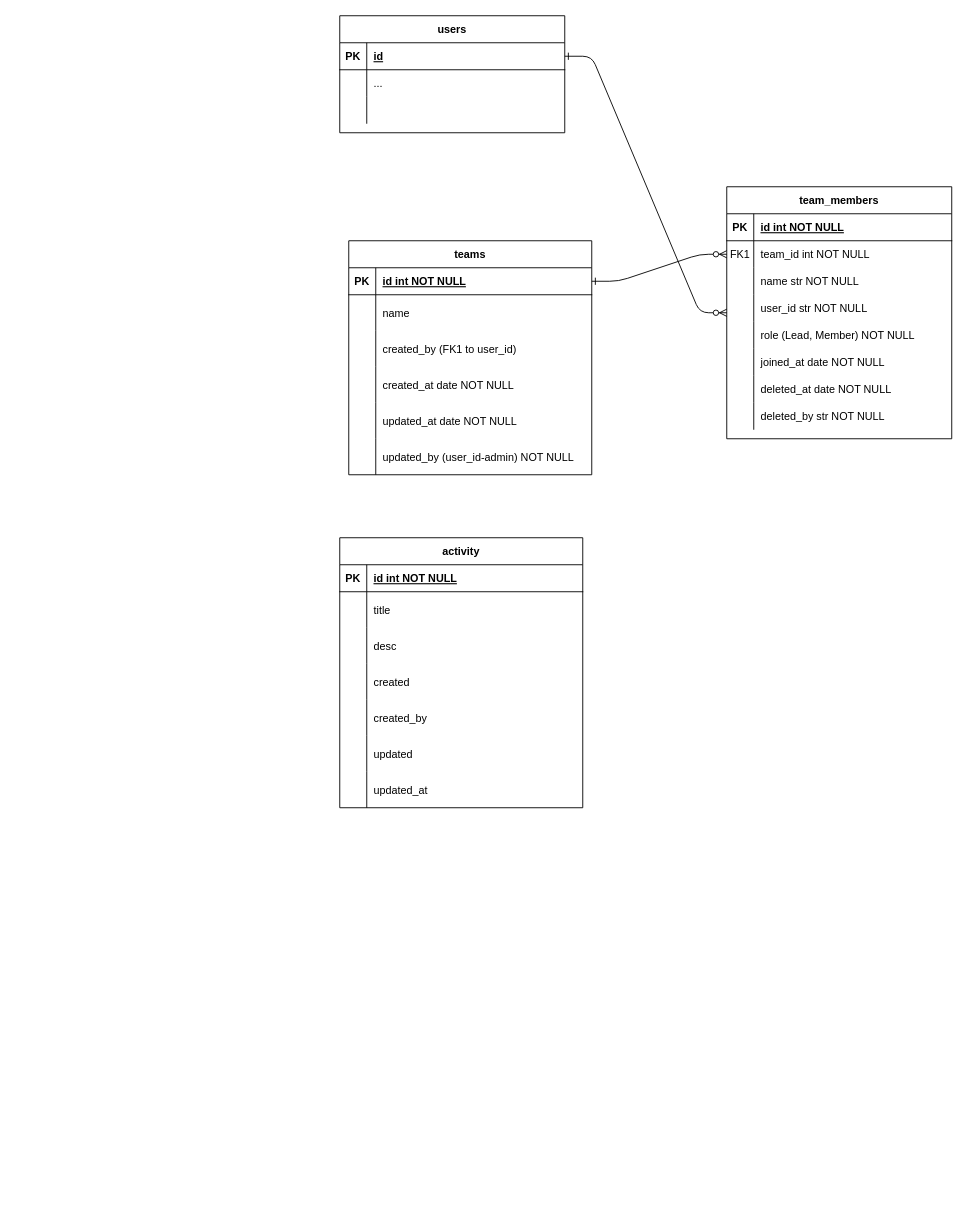
This is teams.drawio from mhs123m/coderhub-teams, a draw.io file, before an edit. Source tidied: cells renumbered, new cells numbered last; positions are measured from the earlier drawing's top-left corner, leaving out a move shared by most shapes. Both pictures are drawn from the tidied source at 90%, with x=0, y=0 at pixel (339, 15).
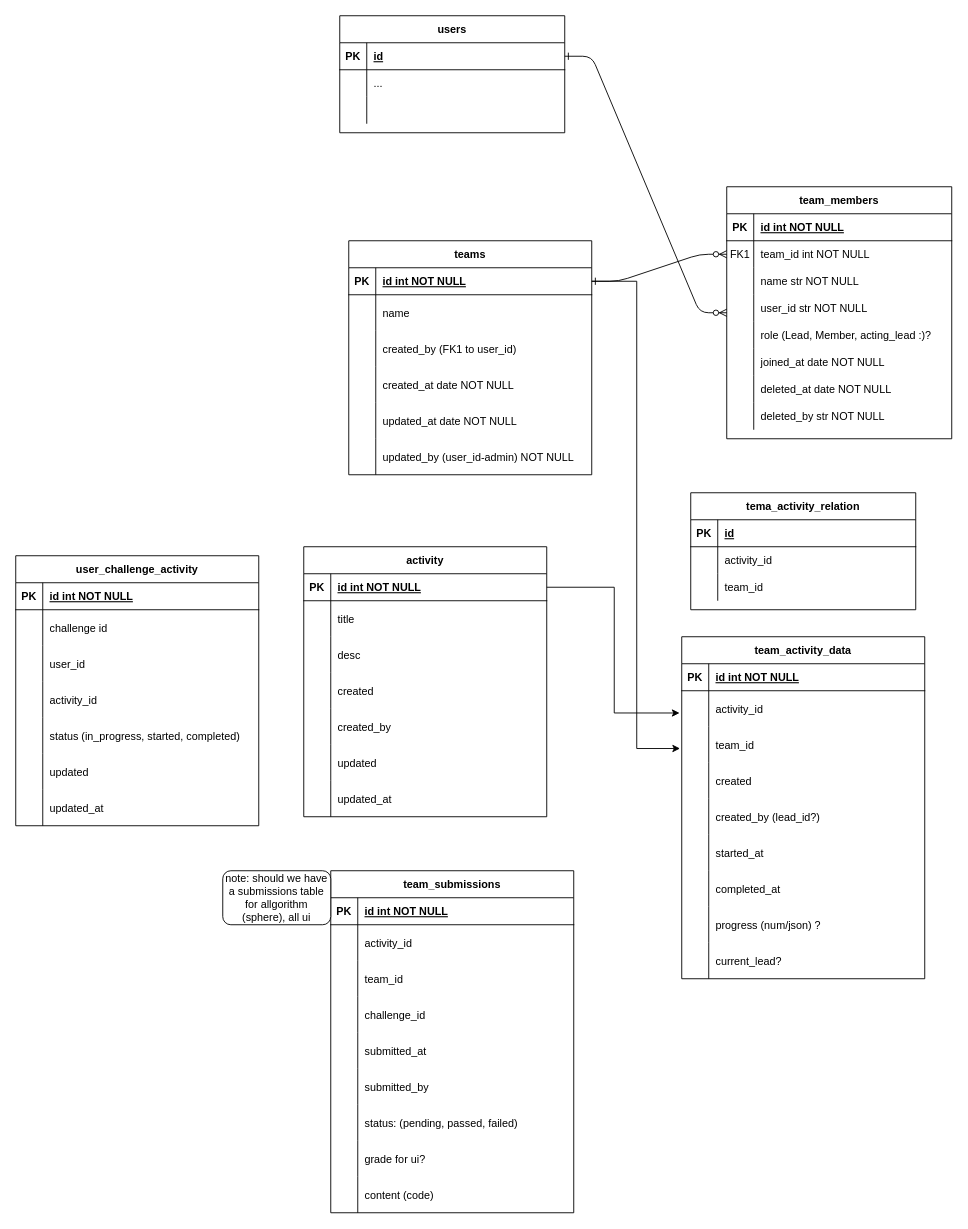
After the change.

Unchanged cells that the change refers to:
```xml
<mxCell id="16" style="shape=partialRectangle;fillColor=none;top=0;left=0;right=0;bottom=0;" parent="3" vertex="1">
  <mxGeometry y="150" width="250" height="30" as="geometry" />
</mxCell>
<mxCell id="39" style="shape=partialRectangle;fillColor=none;points=[[0,0.5],[1,0.5]];portConstraint=eastwest;top=0;left=0;right=0;bottom=1;" parent="38" vertex="1">
  <mxGeometry y="30" width="270" height="30" as="geometry" />
</mxCell>
<mxCell id="59" style="shape=partialRectangle;fillColor=none;points=[[0,0.5],[1,0.5]];portConstraint=eastwest;top=0;left=0;right=0;bottom=1;" parent="58" vertex="1">
  <mxGeometry y="30" width="270" height="30" as="geometry" />
</mxCell>
```

The edit, as a diff of the source:
```diff
@@
-    <mxCell id="18" value="role (Lead, Member) NOT NULL" style="shape=partialRectangle;overflow=hidden;fillColor=none;top=0;left=0;bottom=0;right=0;align=left;spacingLeft=6;" parent="16" vertex="1">
+    <mxCell id="18" value="role (Lead, Member, acting_lead :)?" style="shape=partialRectangle;overflow=hidden;fillColor=none;top=0;left=0;bottom=0;right=0;align=left;spacingLeft=6;" parent="16" vertex="1">
       <mxGeometry x="30" width="220" height="30" as="geometry" />
     </mxCell>
@@
     <mxCell id="58" value="activity" style="shape=table;startSize=30;childLayout=tableLayout;rowLines=0;fontStyle=1;align=center;" parent="1" vertex="1">
-      <mxGeometry y="580" width="270" height="300" as="geometry" />
+      <mxGeometry x="-40" y="590" width="270" height="300" as="geometry" />
     </mxCell>
@@
+    <mxCell id="80" value="team_activity_data" style="shape=table;startSize=30;childLayout=tableLayout;rowLines=0;fontStyle=1;align=center;" parent="1" vertex="1">
+      <mxGeometry x="380" y="690" width="270" height="380" as="geometry" />
+    </mxCell>
+    <mxCell id="81" style="shape=partialRectangle;fillColor=none;top=0;left=0;right=0;bottom=1;" parent="80" vertex="1">
+      <mxGeometry y="30" width="270" height="30" as="geometry" />
+    </mxCell>
+    <mxCell id="82" value="PK" style="shape=partialRectangle;overflow=hidden;fillColor=none;top=0;left=0;bottom=0;right=0;fontStyle=1;" parent="81" vertex="1">
+      <mxGeometry width="30" height="30" as="geometry" />
+    </mxCell>
+    <mxCell id="83" value="id int NOT NULL " style="shape=partialRectangle;overflow=hidden;fillColor=none;top=0;left=0;bottom=0;right=0;align=left;spacingLeft=6;fontStyle=5;" parent="81" vertex="1">
+      <mxGeometry x="30" width="240" height="30" as="geometry" />
+    </mxCell>
+    <mxCell id="84" style="shape=partialRectangle;fillColor=none;points=[[0,0.5],[1,0.5]];portConstraint=eastwest;top=0;left=0;right=0;bottom=0;" parent="80" vertex="1">
+      <mxGeometry y="60" width="270" height="40" as="geometry" />
+    </mxCell>
+    <mxCell id="85" style="shape=partialRectangle;overflow=hidden;fillColor=none;top=0;left=0;bottom=0;right=0;" parent="84" vertex="1">
+      <mxGeometry width="30" height="40" as="geometry" />
+    </mxCell>
+    <mxCell id="86" value="activity_id" style="shape=partialRectangle;overflow=hidden;fillColor=none;top=0;left=0;bottom=0;right=0;align=left;spacingLeft=6;" parent="84" vertex="1">
+      <mxGeometry x="30" width="240" height="40" as="geometry" />
+    </mxCell>
+    <mxCell id="87" style="shape=partialRectangle;fillColor=none;points=[[0,0.5],[1,0.5]];portConstraint=eastwest;top=0;left=0;right=0;bottom=0;" parent="80" vertex="1">
+      <mxGeometry y="100" width="270" height="40" as="geometry" />
+    </mxCell>
+    <mxCell id="88" style="shape=partialRectangle;overflow=hidden;fillColor=none;top=0;left=0;bottom=0;right=0;" parent="87" vertex="1">
+      <mxGeometry width="30" height="40" as="geometry" />
+    </mxCell>
+    <mxCell id="89" value="team_id" style="shape=partialRectangle;overflow=hidden;fillColor=none;top=0;left=0;bottom=0;right=0;align=left;spacingLeft=6;" parent="87" vertex="1">
+      <mxGeometry x="30" width="240" height="40" as="geometry" />
+    </mxCell>
+    <mxCell id="90" style="shape=partialRectangle;fillColor=none;top=0;left=0;right=0;bottom=0;" parent="80" vertex="1">
+      <mxGeometry y="140" width="270" height="40" as="geometry" />
+    </mxCell>
+    <mxCell id="91" style="shape=partialRectangle;overflow=hidden;fillColor=none;top=0;left=0;bottom=0;right=0;" parent="90" vertex="1">
+      <mxGeometry width="30" height="40" as="geometry" />
+    </mxCell>
+    <mxCell id="92" value="created" style="shape=partialRectangle;overflow=hidden;fillColor=none;top=0;left=0;bottom=0;right=0;align=left;spacingLeft=6;" parent="90" vertex="1">
+      <mxGeometry x="30" width="240" height="40" as="geometry" />
+    </mxCell>
+    <mxCell id="93" style="shape=partialRectangle;fillColor=none;top=0;left=0;right=0;bottom=0;" parent="80" vertex="1">
+      <mxGeometry y="180" width="270" height="40" as="geometry" />
+    </mxCell>
+    <mxCell id="94" style="shape=partialRectangle;overflow=hidden;fillColor=none;top=0;left=0;bottom=0;right=0;" parent="93" vertex="1">
+      <mxGeometry width="30" height="40" as="geometry" />
+    </mxCell>
+    <mxCell id="95" value="created_by (lead_id?)" style="shape=partialRectangle;overflow=hidden;fillColor=none;top=0;left=0;bottom=0;right=0;align=left;spacingLeft=6;" parent="93" vertex="1">
+      <mxGeometry x="30" width="240" height="40" as="geometry" />
+    </mxCell>
+    <mxCell id="96" style="shape=partialRectangle;fillColor=none;top=0;left=0;right=0;bottom=0;" parent="80" vertex="1">
+      <mxGeometry y="220" width="270" height="40" as="geometry" />
+    </mxCell>
+    <mxCell id="97" value="            " style="shape=partialRectangle;overflow=hidden;fillColor=none;top=0;left=0;bottom=0;right=0;" parent="96" vertex="1">
+      <mxGeometry width="30" height="40" as="geometry" />
+    </mxCell>
+    <mxCell id="98" value="started_at" style="shape=partialRectangle;overflow=hidden;fillColor=none;top=0;left=0;bottom=0;right=0;align=left;spacingLeft=6;" parent="96" vertex="1">
+      <mxGeometry x="30" width="240" height="40" as="geometry" />
+    </mxCell>
+    <mxCell id="99" style="shape=partialRectangle;fillColor=none;top=0;left=0;right=0;bottom=0;" parent="80" vertex="1">
+      <mxGeometry y="260" width="270" height="40" as="geometry" />
+    </mxCell>
+    <mxCell id="100" value="            " style="shape=partialRectangle;overflow=hidden;fillColor=none;top=0;left=0;bottom=0;right=0;" parent="99" vertex="1">
+      <mxGeometry width="30" height="40" as="geometry" />
+    </mxCell>
+    <mxCell id="101" value="completed_at" style="shape=partialRectangle;overflow=hidden;fillColor=none;top=0;left=0;bottom=0;right=0;align=left;spacingLeft=6;" parent="99" vertex="1">
+      <mxGeometry x="30" width="240" height="40" as="geometry" />
+    </mxCell>
+    <mxCell id="102" style="shape=partialRectangle;fillColor=none;top=0;left=0;right=0;bottom=0;" parent="80" vertex="1">
+      <mxGeometry y="300" width="270" height="40" as="geometry" />
+    </mxCell>
+    <mxCell id="103" value="            " style="shape=partialRectangle;overflow=hidden;fillColor=none;top=0;left=0;bottom=0;right=0;" parent="102" vertex="1">
+      <mxGeometry width="30" height="40" as="geometry" />
+    </mxCell>
+    <mxCell id="104" value="progress (num/json) ?" style="shape=partialRectangle;overflow=hidden;fillColor=none;top=0;left=0;bottom=0;right=0;align=left;spacingLeft=6;" parent="102" vertex="1">
+      <mxGeometry x="30" width="240" height="40" as="geometry" />
+    </mxCell>
+    <mxCell id="105" style="shape=partialRectangle;fillColor=none;top=0;left=0;right=0;bottom=0;" parent="80" vertex="1">
+      <mxGeometry y="340" width="270" height="40" as="geometry" />
+    </mxCell>
+    <mxCell id="106" value="            " style="shape=partialRectangle;overflow=hidden;fillColor=none;top=0;left=0;bottom=0;right=0;" parent="105" vertex="1">
+      <mxGeometry width="30" height="40" as="geometry" />
+    </mxCell>
+    <mxCell id="107" value="current_lead?" style="shape=partialRectangle;overflow=hidden;fillColor=none;top=0;left=0;bottom=0;right=0;align=left;spacingLeft=6;" parent="105" vertex="1">
+      <mxGeometry x="30" width="240" height="40" as="geometry" />
+    </mxCell>
+    <mxCell id="108" style="edgeStyle=orthogonalEdgeStyle;rounded=0;jettySize=auto;html=1;entryX=-0.009;entryY=0.618;entryDx=0;entryDy=0;entryPerimeter=0;" parent="1" edge="1" source="59" target="84">
+      <mxGeometry relative="1" as="geometry" />
+    </mxCell>
+    <mxCell id="109" style="edgeStyle=orthogonalEdgeStyle;rounded=0;jettySize=auto;html=1;entryX=-0.007;entryY=0.604;entryDx=0;entryDy=0;entryPerimeter=0;" parent="1" edge="1" source="39" target="87">
+      <mxGeometry relative="1" as="geometry" />
+    </mxCell>
+    <mxCell id="110" value="team_submissions" style="shape=table;startSize=30;childLayout=tableLayout;rowLines=0;fontStyle=1;align=center;" parent="1" vertex="1">
+      <mxGeometry x="-10" y="950" width="270" height="380" as="geometry" />
+    </mxCell>
+    <mxCell id="111" style="shape=partialRectangle;fillColor=none;top=0;left=0;right=0;bottom=1;" parent="110" vertex="1">
+      <mxGeometry y="30" width="270" height="30" as="geometry" />
+    </mxCell>
+    <mxCell id="112" value="PK" style="shape=partialRectangle;overflow=hidden;fillColor=none;top=0;left=0;bottom=0;right=0;fontStyle=1;" parent="111" vertex="1">
+      <mxGeometry width="30" height="30" as="geometry" />
+    </mxCell>
+    <mxCell id="113" value="id int NOT NULL " style="shape=partialRectangle;overflow=hidden;fillColor=none;top=0;left=0;bottom=0;right=0;align=left;spacingLeft=6;fontStyle=5;" parent="111" vertex="1">
+      <mxGeometry x="30" width="240" height="30" as="geometry" />
+    </mxCell>
+    <mxCell id="114" style="shape=partialRectangle;fillColor=none;top=0;left=0;right=0;bottom=0;" parent="110" vertex="1">
+      <mxGeometry y="60" width="270" height="40" as="geometry" />
+    </mxCell>
+    <mxCell id="115" style="shape=partialRectangle;overflow=hidden;fillColor=none;top=0;left=0;bottom=0;right=0;" parent="114" vertex="1">
+      <mxGeometry width="30" height="40" as="geometry" />
+    </mxCell>
+    <mxCell id="116" value="activity_id" style="shape=partialRectangle;overflow=hidden;fillColor=none;top=0;left=0;bottom=0;right=0;align=left;spacingLeft=6;" parent="114" vertex="1">
+      <mxGeometry x="30" width="240" height="40" as="geometry" />
+    </mxCell>
+    <mxCell id="117" style="shape=partialRectangle;fillColor=none;top=0;left=0;right=0;bottom=0;" parent="110" vertex="1">
+      <mxGeometry y="100" width="270" height="40" as="geometry" />
+    </mxCell>
+    <mxCell id="118" style="shape=partialRectangle;overflow=hidden;fillColor=none;top=0;left=0;bottom=0;right=0;" parent="117" vertex="1">
+      <mxGeometry width="30" height="40" as="geometry" />
+    </mxCell>
+    <mxCell id="119" value="team_id" style="shape=partialRectangle;overflow=hidden;fillColor=none;top=0;left=0;bottom=0;right=0;align=left;spacingLeft=6;" parent="117" vertex="1">
+      <mxGeometry x="30" width="240" height="40" as="geometry" />
+    </mxCell>
+    <mxCell id="120" style="shape=partialRectangle;fillColor=none;top=0;left=0;right=0;bottom=0;" parent="110" vertex="1">
+      <mxGeometry y="140" width="270" height="40" as="geometry" />
+    </mxCell>
+    <mxCell id="121" style="shape=partialRectangle;overflow=hidden;fillColor=none;top=0;left=0;bottom=0;right=0;" parent="120" vertex="1">
+      <mxGeometry width="30" height="40" as="geometry" />
+    </mxCell>
+    <mxCell id="122" value="challenge_id" style="shape=partialRectangle;overflow=hidden;fillColor=none;top=0;left=0;bottom=0;right=0;align=left;spacingLeft=6;" parent="120" vertex="1">
+      <mxGeometry x="30" width="240" height="40" as="geometry" />
+    </mxCell>
+    <mxCell id="123" style="shape=partialRectangle;fillColor=none;top=0;left=0;right=0;bottom=0;" parent="110" vertex="1">
+      <mxGeometry y="180" width="270" height="40" as="geometry" />
+    </mxCell>
+    <mxCell id="124" style="shape=partialRectangle;overflow=hidden;fillColor=none;top=0;left=0;bottom=0;right=0;" parent="123" vertex="1">
+      <mxGeometry width="30" height="40" as="geometry" />
+    </mxCell>
+    <mxCell id="125" value="submitted_at" style="shape=partialRectangle;overflow=hidden;fillColor=none;top=0;left=0;bottom=0;right=0;align=left;spacingLeft=6;" parent="123" vertex="1">
+      <mxGeometry x="30" width="240" height="40" as="geometry" />
+    </mxCell>
+    <mxCell id="126" style="shape=partialRectangle;fillColor=none;top=0;left=0;right=0;bottom=0;" parent="110" vertex="1">
+      <mxGeometry y="220" width="270" height="40" as="geometry" />
+    </mxCell>
+    <mxCell id="127" value="            " style="shape=partialRectangle;overflow=hidden;fillColor=none;top=0;left=0;bottom=0;right=0;" parent="126" vertex="1">
+      <mxGeometry width="30" height="40" as="geometry" />
+    </mxCell>
+    <mxCell id="128" value="submitted_by" style="shape=partialRectangle;overflow=hidden;fillColor=none;top=0;left=0;bottom=0;right=0;align=left;spacingLeft=6;" parent="126" vertex="1">
+      <mxGeometry x="30" width="240" height="40" as="geometry" />
+    </mxCell>
+    <mxCell id="129" style="shape=partialRectangle;fillColor=none;top=0;left=0;right=0;bottom=0;" parent="110" vertex="1">
+      <mxGeometry y="260" width="270" height="40" as="geometry" />
+    </mxCell>
+    <mxCell id="130" value="            " style="shape=partialRectangle;overflow=hidden;fillColor=none;top=0;left=0;bottom=0;right=0;" parent="129" vertex="1">
+      <mxGeometry width="30" height="40" as="geometry" />
+    </mxCell>
+    <mxCell id="131" value="status: (pending, passed, failed)" style="shape=partialRectangle;overflow=hidden;fillColor=none;top=0;left=0;bottom=0;right=0;align=left;spacingLeft=6;" parent="129" vertex="1">
+      <mxGeometry x="30" width="240" height="40" as="geometry" />
+    </mxCell>
+    <mxCell id="132" style="shape=partialRectangle;fillColor=none;top=0;left=0;right=0;bottom=0;" parent="110" vertex="1">
+      <mxGeometry y="300" width="270" height="40" as="geometry" />
+    </mxCell>
+    <mxCell id="133" value="            " style="shape=partialRectangle;overflow=hidden;fillColor=none;top=0;left=0;bottom=0;right=0;" parent="132" vertex="1">
+      <mxGeometry width="30" height="40" as="geometry" />
+    </mxCell>
+    <mxCell id="134" value="grade for ui?" style="shape=partialRectangle;overflow=hidden;fillColor=none;top=0;left=0;bottom=0;right=0;align=left;spacingLeft=6;" parent="132" vertex="1">
+      <mxGeometry x="30" width="240" height="40" as="geometry" />
+    </mxCell>
+    <mxCell id="135" style="shape=partialRectangle;fillColor=none;top=0;left=0;right=0;bottom=0;" parent="110" vertex="1">
+      <mxGeometry y="340" width="270" height="40" as="geometry" />
+    </mxCell>
+    <mxCell id="136" value="            " style="shape=partialRectangle;overflow=hidden;fillColor=none;top=0;left=0;bottom=0;right=0;" parent="135" vertex="1">
+      <mxGeometry width="30" height="40" as="geometry" />
+    </mxCell>
+    <mxCell id="137" value="content (code)" style="shape=partialRectangle;overflow=hidden;fillColor=none;top=0;left=0;bottom=0;right=0;align=left;spacingLeft=6;" parent="135" vertex="1">
+      <mxGeometry x="30" width="240" height="40" as="geometry" />
+    </mxCell>
+    <mxCell id="138" value="note: should we have a submissions table for allgorithm (sphere), all ui" style="rounded=1;whiteSpace=wrap;html=1;" parent="1" vertex="1">
+      <mxGeometry x="-130" y="950" width="120" height="60" as="geometry" />
+    </mxCell>
+    <mxCell id="139" value="tema_activity_relation" style="shape=table;startSize=30;childLayout=tableLayout;rowLines=0;fontStyle=1;align=center;" parent="1" vertex="1">
+      <mxGeometry x="390" y="530" width="250" height="130" as="geometry" />
+    </mxCell>
+    <mxCell id="140" style="shape=partialRectangle;fillColor=none;top=0;left=0;right=0;bottom=1;" parent="139" vertex="1">
+      <mxGeometry y="30" width="250" height="30" as="geometry" />
+    </mxCell>
+    <mxCell id="141" value="PK" style="shape=partialRectangle;overflow=hidden;fillColor=none;top=0;left=0;bottom=0;right=0;fontStyle=1;" parent="140" vertex="1">
+      <mxGeometry width="30" height="30" as="geometry" />
+    </mxCell>
+    <mxCell id="142" value="id" style="shape=partialRectangle;overflow=hidden;fillColor=none;top=0;left=0;bottom=0;right=0;align=left;spacingLeft=6;fontStyle=5;" parent="140" vertex="1">
+      <mxGeometry x="30" width="220" height="30" as="geometry" />
+    </mxCell>
+    <mxCell id="143" style="shape=partialRectangle;fillColor=none;top=0;left=0;right=0;bottom=0;" parent="139" vertex="1">
+      <mxGeometry y="60" width="250" height="30" as="geometry" />
+    </mxCell>
+    <mxCell id="144" style="shape=partialRectangle;overflow=hidden;fillColor=none;top=0;left=0;bottom=0;right=0;" parent="143" vertex="1">
+      <mxGeometry width="30" height="30" as="geometry" />
+    </mxCell>
+    <mxCell id="145" value="activity_id" style="shape=partialRectangle;overflow=hidden;fillColor=none;top=0;left=0;bottom=0;right=0;align=left;spacingLeft=6;" parent="143" vertex="1">
+      <mxGeometry x="30" width="220" height="30" as="geometry" />
+    </mxCell>
+    <mxCell id="146" style="shape=partialRectangle;fillColor=none;top=0;left=0;right=0;bottom=0;" parent="139" vertex="1">
+      <mxGeometry y="90" width="250" height="30" as="geometry" />
+    </mxCell>
+    <mxCell id="147" style="shape=partialRectangle;overflow=hidden;fillColor=none;top=0;left=0;bottom=0;right=0;" parent="146" vertex="1">
+      <mxGeometry width="30" height="30" as="geometry" />
+    </mxCell>
+    <mxCell id="148" value="team_id" style="shape=partialRectangle;overflow=hidden;fillColor=none;top=0;left=0;bottom=0;right=0;align=left;spacingLeft=6;" parent="146" vertex="1">
+      <mxGeometry x="30" width="220" height="30" as="geometry" />
+    </mxCell>
+    <mxCell id="149" value="user_challenge_activity" style="shape=table;startSize=30;childLayout=tableLayout;rowLines=0;fontStyle=1;align=center;" parent="1" vertex="1">
+      <mxGeometry x="-360" y="600" width="270" height="300" as="geometry" />
+    </mxCell>
+    <mxCell id="150" style="shape=partialRectangle;fillColor=none;top=0;left=0;right=0;bottom=1;" parent="149" vertex="1">
+      <mxGeometry y="30" width="270" height="30" as="geometry" />
+    </mxCell>
+    <mxCell id="151" value="PK" style="shape=partialRectangle;overflow=hidden;fillColor=none;top=0;left=0;bottom=0;right=0;fontStyle=1;" parent="150" vertex="1">
+      <mxGeometry width="30" height="30" as="geometry" />
+    </mxCell>
+    <mxCell id="152" value="id int NOT NULL " style="shape=partialRectangle;overflow=hidden;fillColor=none;top=0;left=0;bottom=0;right=0;align=left;spacingLeft=6;fontStyle=5;" parent="150" vertex="1">
+      <mxGeometry x="30" width="240" height="30" as="geometry" />
+    </mxCell>
+    <mxCell id="153" style="shape=partialRectangle;fillColor=none;top=0;left=0;right=0;bottom=0;" parent="149" vertex="1">
+      <mxGeometry y="60" width="270" height="40" as="geometry" />
+    </mxCell>
+    <mxCell id="154" style="shape=partialRectangle;overflow=hidden;fillColor=none;top=0;left=0;bottom=0;right=0;" parent="153" vertex="1">
+      <mxGeometry width="30" height="40" as="geometry" />
+    </mxCell>
+    <mxCell id="155" value="challenge id" style="shape=partialRectangle;overflow=hidden;fillColor=none;top=0;left=0;bottom=0;right=0;align=left;spacingLeft=6;" parent="153" vertex="1">
+      <mxGeometry x="30" width="240" height="40" as="geometry" />
+    </mxCell>
+    <mxCell id="156" style="shape=partialRectangle;fillColor=none;top=0;left=0;right=0;bottom=0;" parent="149" vertex="1">
+      <mxGeometry y="100" width="270" height="40" as="geometry" />
+    </mxCell>
+    <mxCell id="157" style="shape=partialRectangle;overflow=hidden;fillColor=none;top=0;left=0;bottom=0;right=0;" parent="156" vertex="1">
+      <mxGeometry width="30" height="40" as="geometry" />
+    </mxCell>
+    <mxCell id="158" value="user_id" style="shape=partialRectangle;overflow=hidden;fillColor=none;top=0;left=0;bottom=0;right=0;align=left;spacingLeft=6;" parent="156" vertex="1">
+      <mxGeometry x="30" width="240" height="40" as="geometry" />
+    </mxCell>
+    <mxCell id="159" style="shape=partialRectangle;fillColor=none;top=0;left=0;right=0;bottom=0;" parent="149" vertex="1">
+      <mxGeometry y="140" width="270" height="40" as="geometry" />
+    </mxCell>
+    <mxCell id="160" style="shape=partialRectangle;overflow=hidden;fillColor=none;top=0;left=0;bottom=0;right=0;" parent="159" vertex="1">
+      <mxGeometry width="30" height="40" as="geometry" />
+    </mxCell>
+    <mxCell id="161" value="activity_id" style="shape=partialRectangle;overflow=hidden;fillColor=none;top=0;left=0;bottom=0;right=0;align=left;spacingLeft=6;" parent="159" vertex="1">
+      <mxGeometry x="30" width="240" height="40" as="geometry" />
+    </mxCell>
+    <mxCell id="162" style="shape=partialRectangle;fillColor=none;top=0;left=0;right=0;bottom=0;" parent="149" vertex="1">
+      <mxGeometry y="180" width="270" height="40" as="geometry" />
+    </mxCell>
+    <mxCell id="163" style="shape=partialRectangle;overflow=hidden;fillColor=none;top=0;left=0;bottom=0;right=0;" parent="162" vertex="1">
+      <mxGeometry width="30" height="40" as="geometry" />
+    </mxCell>
+    <mxCell id="164" value="status (in_progress, started, completed)" style="shape=partialRectangle;overflow=hidden;fillColor=none;top=0;left=0;bottom=0;right=0;align=left;spacingLeft=6;" parent="162" vertex="1">
+      <mxGeometry x="30" width="240" height="40" as="geometry" />
+    </mxCell>
+    <mxCell id="165" style="shape=partialRectangle;fillColor=none;top=0;left=0;right=0;bottom=0;" parent="149" vertex="1">
+      <mxGeometry y="220" width="270" height="40" as="geometry" />
+    </mxCell>
+    <mxCell id="166" value="            " style="shape=partialRectangle;overflow=hidden;fillColor=none;top=0;left=0;bottom=0;right=0;" parent="165" vertex="1">
+      <mxGeometry width="30" height="40" as="geometry" />
+    </mxCell>
+    <mxCell id="167" value="updated" style="shape=partialRectangle;overflow=hidden;fillColor=none;top=0;left=0;bottom=0;right=0;align=left;spacingLeft=6;" parent="165" vertex="1">
+      <mxGeometry x="30" width="240" height="40" as="geometry" />
+    </mxCell>
+    <mxCell id="168" style="shape=partialRectangle;fillColor=none;top=0;left=0;right=0;bottom=0;" parent="149" vertex="1">
+      <mxGeometry y="260" width="270" height="40" as="geometry" />
+    </mxCell>
+    <mxCell id="169" style="shape=partialRectangle;overflow=hidden;fillColor=none;top=0;left=0;bottom=0;right=0;" parent="168" vertex="1">
+      <mxGeometry width="30" height="40" as="geometry" />
+    </mxCell>
+    <mxCell id="170" value="updated_at" style="shape=partialRectangle;overflow=hidden;fillColor=none;top=0;left=0;bottom=0;right=0;align=left;spacingLeft=6;" parent="168" vertex="1">
+      <mxGeometry x="30" width="240" height="40" as="geometry" />
+    </mxCell>
```
